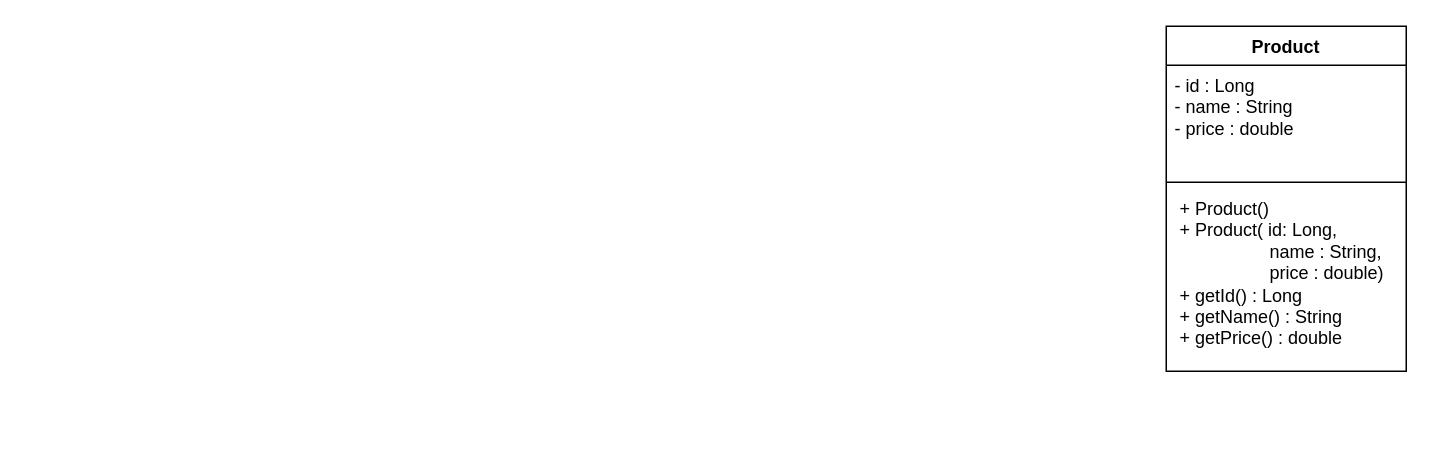
Above: docs/uml/Product.drawio in RyzonB/OOP-Learning (draw.io), before the change. Source tidied: cells renumbered, new cells numbered last; positions are measured from the earlier drawing's top-left corner, leaving out a move shared by most shapes. Both pictures are drawn from the tidied source at 150%, with x=0, y=0 at pixel (1166, 26).
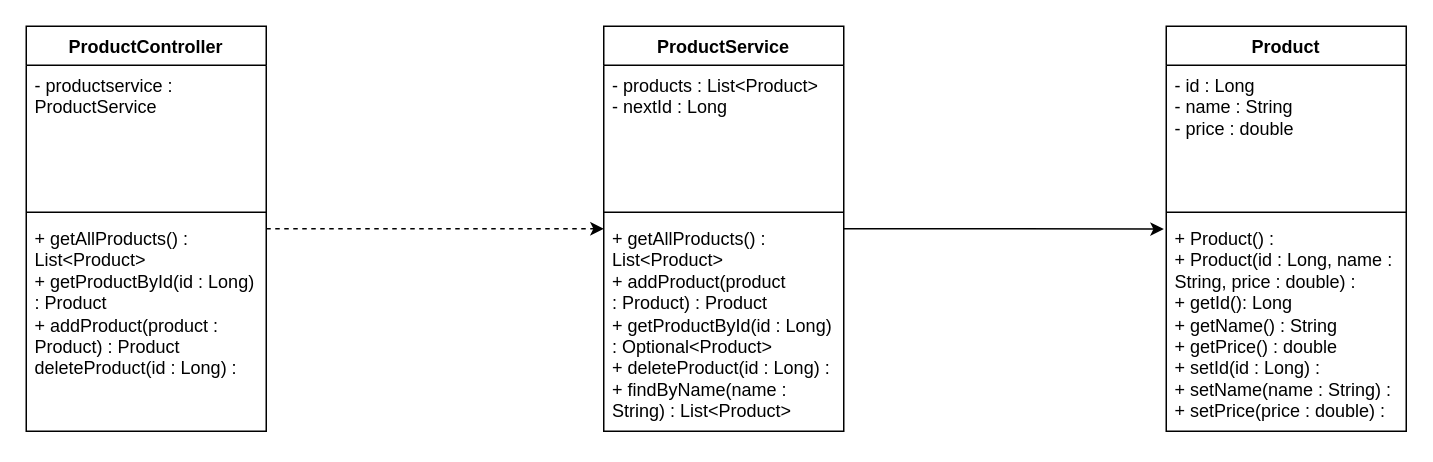
After the change.

Commit message (it also covers changes not shown here):
Tutorial 03: ProductService with List - four CRUD endpoints working

Change to the diagram source:
```diff
@@
 <mxGraphModel>
   <root>
     <mxCell id="0" />
     <mxCell id="1" parent="0" />
     <mxCell id="2" value="Product" style="swimlane;fontStyle=1;align=center;verticalAlign=top;horizontal=1;startSize=26;whiteSpace=wrap;html=1;" parent="1" vertex="1">
-      <mxGeometry width="160" height="230" as="geometry" />
+      <mxGeometry width="160" height="270" as="geometry" />
     </mxCell>
     <mxCell id="3" value="- id : Long&lt;div&gt;- name : String&lt;/div&gt;&lt;div&gt;- price : double&lt;/div&gt;" style="text;strokeColor=none;fillColor=none;align=left;verticalAlign=top;spacingLeft=4;spacingRight=4;overflow=hidden;whiteSpace=wrap;html=1;" parent="2" vertex="1">
-      <mxGeometry y="26" width="160" height="74" as="geometry" />
+      <mxGeometry y="26" width="160" height="94" as="geometry" />
     </mxCell>
-    <mxCell id="4" style="line;strokeWidth=1;fillColor=none;align=left;verticalAlign=middle;spacingTop=-1;spacingLeft=3;spacingRight=3;labelPosition=right;strokeColor=inherit;" parent="2" vertex="1">
-      <mxGeometry y="100" width="160" height="8" as="geometry" />
-    </mxCell>
-    <mxCell id="5" value="&amp;nbsp;+ Product()&lt;div&gt;&amp;nbsp;+ Product( id: Long,&lt;/div&gt;&lt;div&gt;&lt;span style=&quot;white-space: pre;&quot;&gt;&#9;&lt;/span&gt;&lt;span style=&quot;white-space: pre;&quot;&gt;&#9;&lt;/span&gt;&amp;nbsp; &amp;nbsp;name : String,&lt;br&gt;&lt;/div&gt;&lt;div&gt;&lt;span style=&quot;white-space: pre;&quot;&gt;&#9;&lt;/span&gt;&lt;span style=&quot;white-space: pre;&quot;&gt;&#9;&lt;/span&gt;&amp;nbsp; &amp;nbsp;price : double)&lt;br&gt;&lt;/div&gt;&lt;div&gt;&amp;nbsp;+ getId() : Long&lt;/div&gt;&lt;div&gt;&amp;nbsp;+ getName() : String&lt;/div&gt;&lt;div&gt;&amp;nbsp;+ getPrice() : double&lt;/div&gt;" style="text;strokeColor=none;fillColor=none;align=left;verticalAlign=top;spacingLeft=4;spacingRight=4;overflow=hidden;whiteSpace=wrap;html=1;" parent="2" vertex="1">
-      <mxGeometry y="108" width="160" height="122" as="geometry" />
-    </mxCell>
+    <mxCell id="6" style="line;strokeWidth=1;fillColor=none;align=left;verticalAlign=middle;spacingTop=-1;spacingLeft=3;spacingRight=3;labelPosition=right;strokeColor=inherit;" parent="2" vertex="1">
+      <mxGeometry y="120" width="160" height="8" as="geometry" />
+    </mxCell>
+    <mxCell id="7" value="+ Product() :&lt;div&gt;+ Product(id : Long, name : String, price : double) :&lt;br&gt;&lt;div&gt;+ getId(): Long&lt;/div&gt;&lt;div&gt;+ getName() : String&amp;nbsp;&lt;/div&gt;&lt;div&gt;+ getPrice() : double&lt;/div&gt;&lt;/div&gt;&lt;div&gt;+ setId(id : Long) :&amp;nbsp;&lt;/div&gt;&lt;div&gt;+ setName(name : String) :&amp;nbsp;&lt;/div&gt;&lt;div&gt;+ setPrice(price : double) :&amp;nbsp;&lt;/div&gt;&lt;div&gt;&lt;/div&gt;&lt;div&gt;&lt;/div&gt;&lt;div&gt;&lt;/div&gt;&lt;div&gt;&lt;/div&gt;&lt;div&gt;&lt;/div&gt;&lt;div&gt;&lt;/div&gt;&lt;div&gt;&lt;/div&gt;&lt;div&gt;&lt;/div&gt;" style="text;strokeColor=none;fillColor=none;align=left;verticalAlign=top;spacingLeft=4;spacingRight=4;overflow=hidden;points=[[0,0.5],[1,0.5]];portConstraint=eastwest;whiteSpace=wrap;html=1;" parent="2" vertex="1">
+      <mxGeometry y="128" width="160" height="142" as="geometry" />
+    </mxCell>
+    <mxCell id="8" value="ProductService" style="swimlane;fontStyle=1;align=center;verticalAlign=top;horizontal=1;startSize=26;whiteSpace=wrap;html=1;" parent="1" vertex="1">
+      <mxGeometry x="-375" width="160" height="270" as="geometry" />
+    </mxCell>
+    <mxCell id="9" value="- products : List&amp;lt;Product&amp;gt;&lt;div&gt;- nextId : Long&lt;/div&gt;" style="text;strokeColor=none;fillColor=none;align=left;verticalAlign=top;spacingLeft=4;spacingRight=4;overflow=hidden;whiteSpace=wrap;html=1;" parent="8" vertex="1">
+      <mxGeometry y="26" width="160" height="94" as="geometry" />
+    </mxCell>
+    <mxCell id="10" style="line;strokeWidth=1;fillColor=none;align=left;verticalAlign=middle;spacingTop=-1;spacingLeft=3;spacingRight=3;labelPosition=right;strokeColor=inherit;" parent="8" vertex="1">
+      <mxGeometry y="120" width="160" height="8" as="geometry" />
+    </mxCell>
+    <mxCell id="11" value="+ getAllProducts() : List&amp;lt;Product&amp;gt;&lt;div&gt;+ addProduct(product :&amp;nbsp;&lt;span style=&quot;background-color: transparent; color: light-dark(rgb(0, 0, 0), rgb(255, 255, 255));&quot;&gt;Product)&lt;/span&gt;&lt;span style=&quot;background-color: transparent; color: light-dark(rgb(0, 0, 0), rgb(255, 255, 255));&quot;&gt;&amp;nbsp;: Product&lt;/span&gt;&lt;/div&gt;&lt;div&gt;+ getProductById(id : Long) : Optional&amp;lt;Product&amp;gt;&lt;/div&gt;&lt;div&gt;+ deleteProduct(id : Long) :&lt;/div&gt;&lt;div&gt;+ findByName(name : String) : List&amp;lt;Product&amp;gt;&lt;/div&gt;" style="text;strokeColor=none;fillColor=none;align=left;verticalAlign=top;spacingLeft=4;spacingRight=4;overflow=hidden;whiteSpace=wrap;html=1;" parent="8" vertex="1">
+      <mxGeometry y="128" width="160" height="142" as="geometry" />
+    </mxCell>
+    <mxCell id="12" style="edgeStyle=orthogonalEdgeStyle;rounded=0;jettySize=auto;html=1;entryX=0;entryY=0.5;entryDx=0;entryDy=0;dashed=1;" parent="1" edge="1" source="13" target="8">
+      <mxGeometry relative="1" as="geometry" />
+    </mxCell>
+    <mxCell id="13" value="ProductController" style="swimlane;fontStyle=1;align=center;verticalAlign=top;horizontal=1;startSize=26;whiteSpace=wrap;html=1;" parent="1" vertex="1">
+      <mxGeometry x="-760" width="160" height="270" as="geometry" />
+    </mxCell>
+    <mxCell id="14" value="- productservice : ProductService" style="text;strokeColor=none;fillColor=none;align=left;verticalAlign=top;spacingLeft=4;spacingRight=4;overflow=hidden;whiteSpace=wrap;html=1;" parent="13" vertex="1">
+      <mxGeometry y="26" width="160" height="94" as="geometry" />
+    </mxCell>
+    <mxCell id="15" style="line;strokeWidth=1;fillColor=none;align=left;verticalAlign=middle;spacingTop=-1;spacingLeft=3;spacingRight=3;labelPosition=right;strokeColor=inherit;" parent="13" vertex="1">
+      <mxGeometry y="120" width="160" height="8" as="geometry" />
+    </mxCell>
+    <mxCell id="16" value="+ getAllProducts() : List&amp;lt;Product&amp;gt;&lt;div&gt;+ getProductById(id : Long) : Product&lt;/div&gt;&lt;div&gt;+ addProduct(product : Product) : Product&lt;/div&gt;&lt;div&gt;deleteProduct(id : Long) :&amp;nbsp;&lt;br&gt;&lt;div&gt;&lt;br&gt;&lt;/div&gt;&lt;/div&gt;&lt;div&gt;&lt;br&gt;&lt;/div&gt;" style="text;strokeColor=none;fillColor=none;align=left;verticalAlign=top;spacingLeft=4;spacingRight=4;overflow=hidden;whiteSpace=wrap;html=1;" parent="13" vertex="1">
+      <mxGeometry y="128" width="160" height="142" as="geometry" />
+    </mxCell>
+    <mxCell id="17" style="edgeStyle=orthogonalEdgeStyle;rounded=0;jettySize=auto;html=1;entryX=-0.01;entryY=0.051;entryDx=0;entryDy=0;entryPerimeter=0;" parent="1" edge="1" source="8" target="7">
+      <mxGeometry relative="1" as="geometry" />
+    </mxCell>
   </root>
 </mxGraphModel>
```
